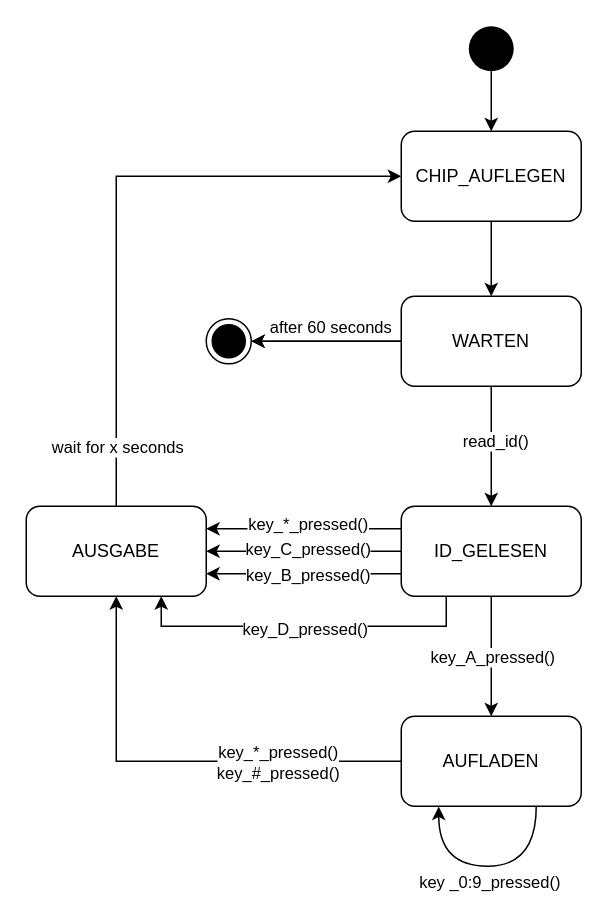
Earlier version of the draw.io diagram design/StatePattern.drawio (lukas-honold/BudeRFID). Source tidied: cells renumbered, new cells numbered last; positions are measured from the earlier drawing's top-left corner, leaving out a move shared by most shapes. Both pictures are drawn from the tidied source at 150%, with x=0, y=0 at pixel (26, 26).
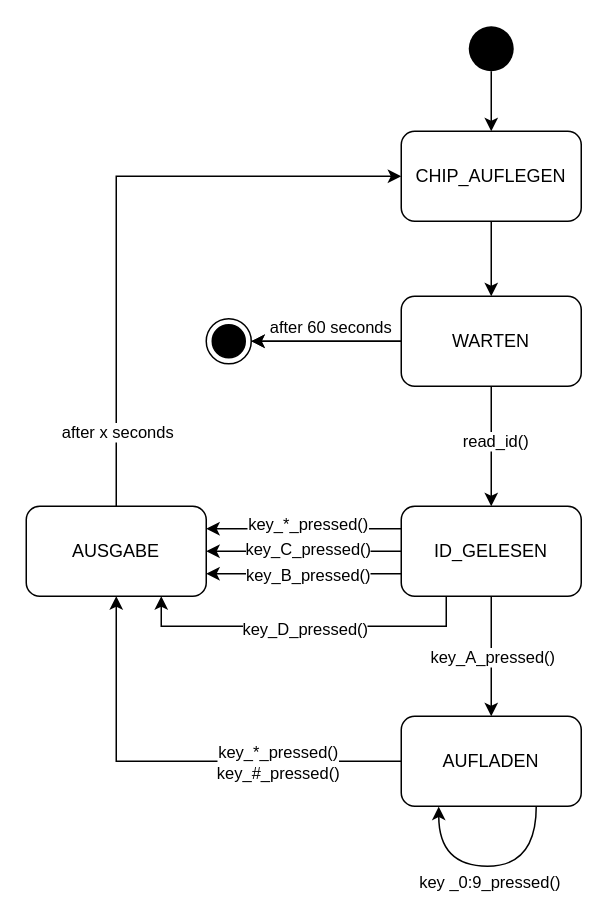
The same page after the edit.

Unchanged cells that the change refers to:
```xml
<mxCell id="14" style="edgeStyle=none;rounded=0;jettySize=auto;html=1;exitX=0.5;exitY=0;exitDx=0;exitDy=0;entryX=0;entryY=0.5;entryDx=0;entryDy=0;" parent="1" edge="1" source="31" target="29">
  <mxGeometry relative="1" as="geometry">
    <Array as="points">
      <mxPoint x="60" y="100" />
    </Array>
  </mxGeometry>
</mxCell>
```

What changed in the source:
```diff
@@
-    <mxCell id="15" value="wait for x seconds" style="edgeLabel;html=1;align=center;verticalAlign=middle;" parent="14" vertex="1">
+    <mxCell id="15" value="after x seconds" style="edgeLabel;html=1;align=center;verticalAlign=middle;" parent="14" vertex="1">
       <mxGeometry x="0.22" y="2" relative="1" as="geometry">
-        <mxPoint x="-29.4" y="182" as="offset" />
+        <mxPoint x="-30" y="172" as="offset" />
       </mxGeometry>
     </mxCell>
```
